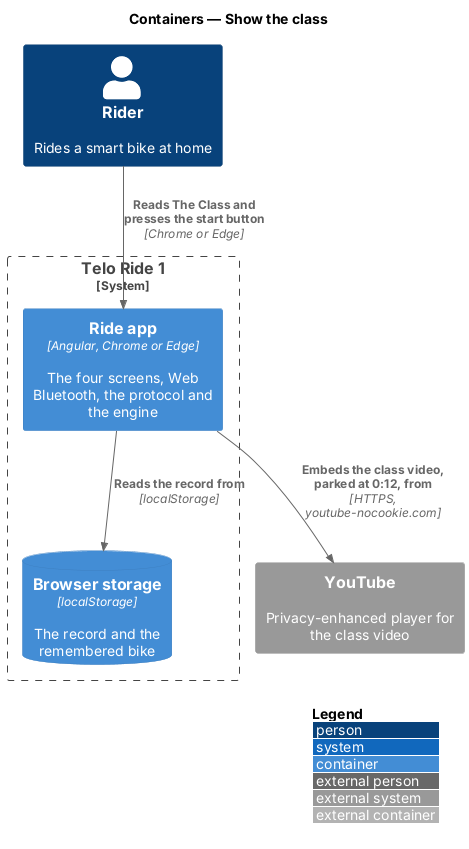
QuinntyneBrown/ride-one keeps this PlantUML diagram as docs/detailed-designs/the-class/show-the-class/diagrams/c4-container.png. Above is the earlier version. Its diagram source:
```plantuml
@startuml
!include <C4/C4_Container>
LAYOUT_WITH_LEGEND()
title Containers — Show the class

Person(rider, "Rider", "Rides a smart bike at home")
System_Ext(youtube, "YouTube", "Privacy-enhanced player for the class video")
System_Boundary(telo, "Telo Ride 1") {
  Container(app, "Ride app", "Angular, Chrome or Edge", "The four screens, Web Bluetooth, the protocol and the engine")
  ContainerDb(storage, "Browser storage", "localStorage", "The record and the remembered bike")
}

Rel(rider, app, "Reads The Class and presses the start button", "Chrome or Edge")
Rel(app, storage, "Reads the record from", "localStorage")
Rel(app, youtube, "Embeds the class video, parked at 0:12, from", "HTTPS, youtube-nocookie.com")
@enduml
```
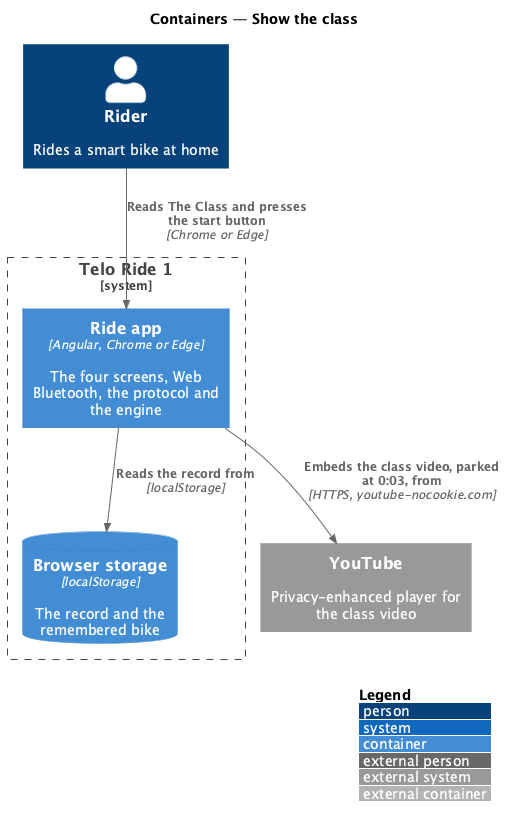
Later version of the same file.

The edit, as a diff of the source:
```diff
@@ -12,5 +12,5 @@
 
 Rel(rider, app, "Reads The Class and presses the start button", "Chrome or Edge")
 Rel(app, storage, "Reads the record from", "localStorage")
-Rel(app, youtube, "Embeds the class video, parked at 0:12, from", "HTTPS, youtube-nocookie.com")
+Rel(app, youtube, "Embeds the class video, parked at 0:03, from", "HTTPS, youtube-nocookie.com")
 @enduml
```
